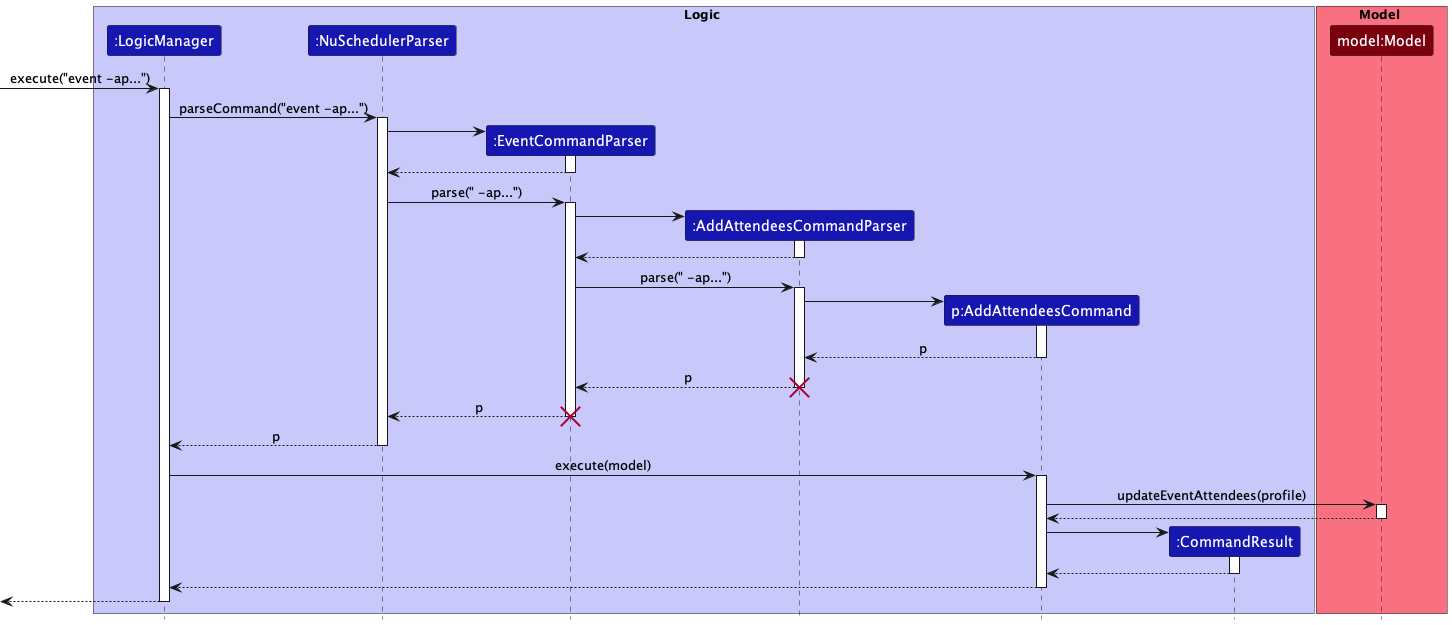
Earlier version of the PlantUML export docs/images/AddAttendeesSequenceDiagram.png (nus-cs2103-AY2223S1/tp).
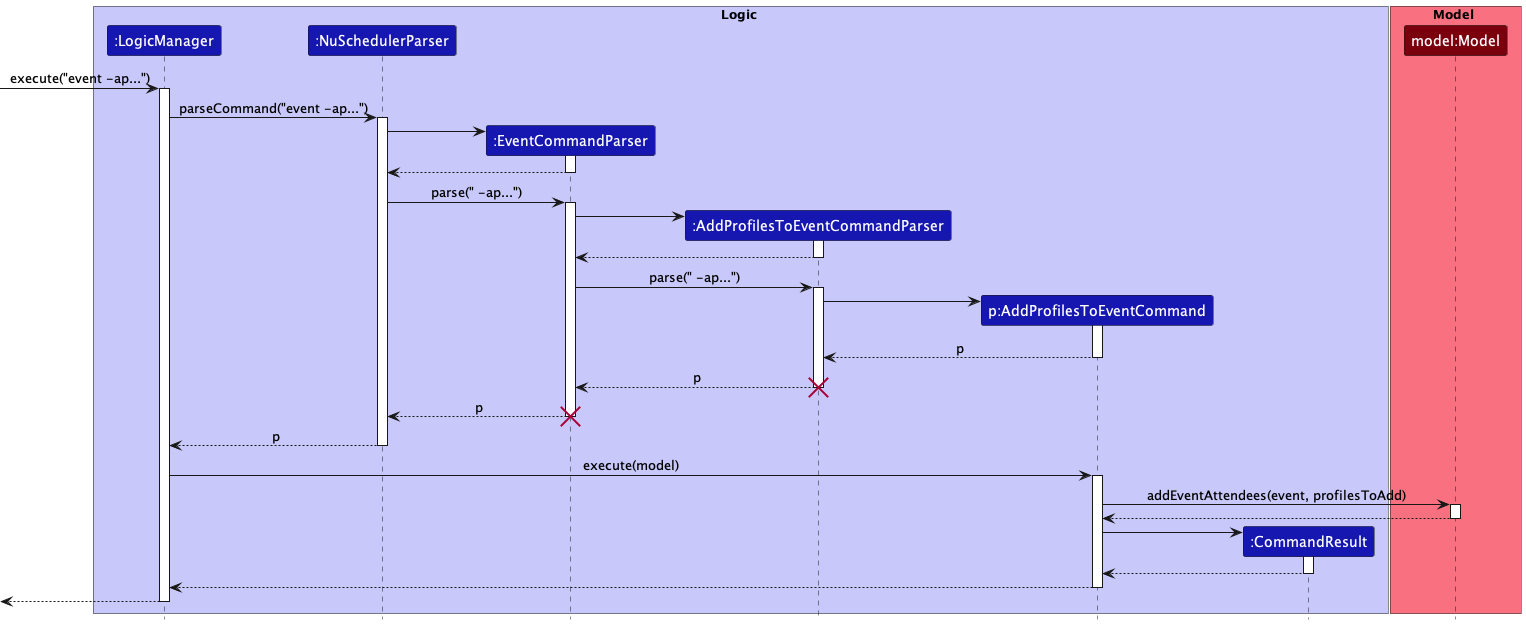
The same file after the commit.

What changed in the source:
```diff
@@ -5,8 +5,8 @@
 Participant ":LogicManager" as logicManager LOGIC_COLOR_T3
 Participant ":NuSchedulerParser" as nuSchedulerParser LOGIC_COLOR_T3
 Participant ":EventCommandParser" as eventCommandParser LOGIC_COLOR_T3
-Participant ":AddAttendeesCommandParser" as addAttendeesCommandParser LOGIC_COLOR_T3
-Participant "p:AddAttendeesCommand" as addAttendeesCommand LOGIC_COLOR_T3
+Participant ":AddProfilesToEventCommandParser" as AddProfilesToEventCommandParser LOGIC_COLOR_T3
+Participant "p:AddProfilesToEventCommand" as AddProfilesToEventCommand LOGIC_COLOR_T3
 Participant ":CommandResult" as commandResult LOGIC_COLOR_T3
 endBox
 
@@ -22,26 +22,26 @@
 return
 nuSchedulerParser -> eventCommandParser ++: parse(" -ap...")
 
-create addAttendeesCommandParser
-eventCommandParser -> addAttendeesCommandParser ++
+create AddProfilesToEventCommandParser
+eventCommandParser -> AddProfilesToEventCommandParser ++
 return
-eventCommandParser -> addAttendeesCommandParser ++: parse(" -ap...")
+eventCommandParser -> AddProfilesToEventCommandParser ++: parse(" -ap...")
 
-create addAttendeesCommand
-addAttendeesCommandParser -> addAttendeesCommand ++
+create AddProfilesToEventCommand
+AddProfilesToEventCommandParser -> AddProfilesToEventCommand ++
 return p
 return p
-destroy addAttendeesCommandParser
+destroy AddProfilesToEventCommandParser
 return p
 destroy eventCommandParser
 return p
 
-logicManager -> addAttendeesCommand ++: execute(model)
-addAttendeesCommand -> model ++: updateEventAttendees(profile)
+logicManager -> AddProfilesToEventCommand ++: execute(model)
+AddProfilesToEventCommand -> model ++: addEventAttendees(event, profilesToAdd)
 return
 
 create commandResult
-addAttendeesCommand -> commandResult++
+AddProfilesToEventCommand -> commandResult++
 return
 return
 return
```
